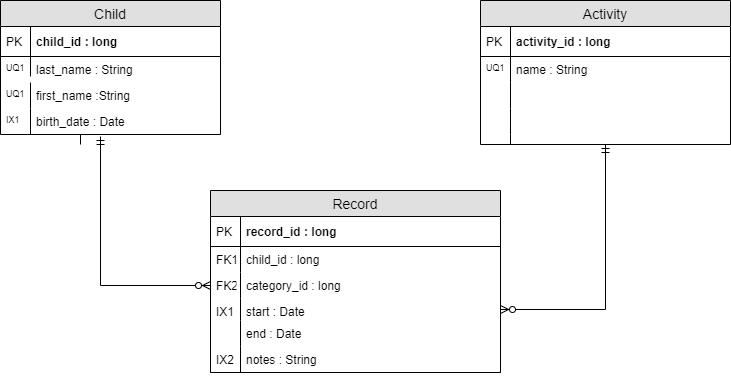
The draw.io diagram docs/nursery_notes_erd.png in mgraham21/nursery-notes, before a commit. Source tidied: cells renumbered, new cells last; positions are measured from the earlier drawing's top-left corner, leaving out a move shared by most shapes.
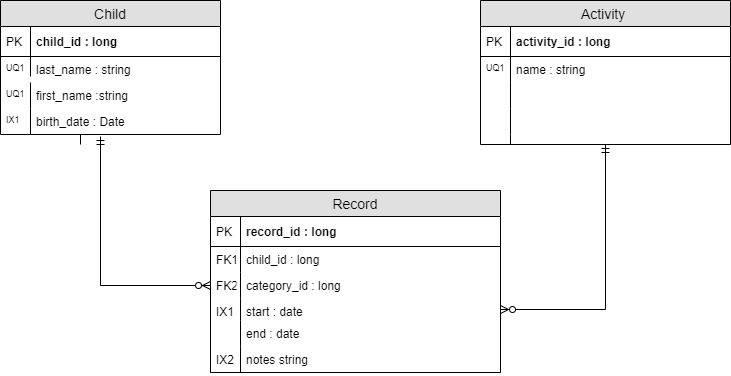
After the commit.

Diff of the diagram source:
```diff
@@ -11,13 +11,13 @@
     <mxCell id="4" value="PK" style="shape=partialRectangle;top=0;left=0;bottom=0;fillColor=none;align=left;verticalAlign=middle;spacingLeft=4;spacingRight=4;overflow=hidden;fontSize=12;" parent="3" vertex="1">
       <mxGeometry width="30" height="30" as="geometry" />
     </mxCell>
-    <mxCell id="5" value="last_name : String" style="shape=partialRectangle;top=0;left=0;right=0;bottom=0;align=left;verticalAlign=top;fillColor=none;spacingLeft=34;spacingRight=4;overflow=hidden;fontSize=12;" parent="2" vertex="1">
+    <mxCell id="5" value="last_name : string" style="shape=partialRectangle;top=0;left=0;right=0;bottom=0;align=left;verticalAlign=top;fillColor=none;spacingLeft=34;spacingRight=4;overflow=hidden;fontSize=12;" parent="2" vertex="1">
       <mxGeometry y="56" width="220" height="26" as="geometry" />
     </mxCell>
     <mxCell id="6" value="UQ1" style="shape=partialRectangle;top=0;left=0;bottom=0;fillColor=none;align=left;verticalAlign=top;spacingLeft=4;spacingRight=4;overflow=hidden;fontSize=9;" parent="5" vertex="1">
       <mxGeometry width="30" height="20" as="geometry" />
     </mxCell>
-    <mxCell id="7" value="first_name :String" style="shape=partialRectangle;top=0;left=0;right=0;bottom=0;align=left;verticalAlign=top;fillColor=none;spacingLeft=34;spacingRight=4;overflow=hidden;fontSize=12;" parent="2" vertex="1">
+    <mxCell id="7" value="first_name :string" style="shape=partialRectangle;top=0;left=0;right=0;bottom=0;align=left;verticalAlign=top;fillColor=none;spacingLeft=34;spacingRight=4;overflow=hidden;fontSize=12;" parent="2" vertex="1">
       <mxGeometry y="82" width="220" height="26" as="geometry" />
     </mxCell>
     <mxCell id="8" value="UQ1" style="shape=partialRectangle;top=0;left=0;bottom=0;fillColor=none;align=left;verticalAlign=top;spacingLeft=4;spacingRight=4;overflow=hidden;fontSize=9;" parent="7" vertex="1">
@@ -32,7 +32,7 @@
     <mxCell id="11" style="edgeStyle=orthogonalEdgeStyle;rounded=0;jettySize=auto;html=1;entryX=1;entryY=0.5;entryDx=0;entryDy=0;startArrow=ERmandOne;startFill=0;endArrow=ERzeroToMany;endFill=1;fontSize=9;" parent="1" edge="1" source="12" target="30">
       <mxGeometry relative="1" as="geometry" />
     </mxCell>
-    <mxCell id="12" value="Activity" style="swimlane;fontStyle=0;horizontal=1;startSize=26;fillColor=#e0e0e0;swimlaneFillColor=#ffffff;align=center;fontSize=14;" parent="1" vertex="1">
+    <mxCell id="12" value="Activity " style="swimlane;fontStyle=0;horizontal=1;startSize=26;fillColor=#e0e0e0;swimlaneFillColor=#ffffff;align=center;fontSize=14;" parent="1" vertex="1">
       <mxGeometry x="480" width="250" height="144" as="geometry" />
     </mxCell>
     <mxCell id="13" value="activity_id : long" style="shape=partialRectangle;top=0;left=0;right=0;bottom=1;align=left;verticalAlign=middle;fillColor=none;spacingLeft=34;spacingRight=4;overflow=hidden;fontStyle=1;fontSize=12;" parent="12" vertex="1">
@@ -41,7 +41,7 @@
     <mxCell id="14" value="PK" style="shape=partialRectangle;top=0;left=0;bottom=0;fillColor=none;align=left;verticalAlign=middle;spacingLeft=4;spacingRight=4;overflow=hidden;fontSize=12;" parent="13" vertex="1">
       <mxGeometry width="30" height="30" as="geometry" />
     </mxCell>
-    <mxCell id="15" value="name : String" style="shape=partialRectangle;top=0;left=0;right=0;bottom=0;align=left;verticalAlign=top;fillColor=none;spacingLeft=34;spacingRight=4;overflow=hidden;fontSize=12;" parent="12" vertex="1">
+    <mxCell id="15" value="name : string" style="shape=partialRectangle;top=0;left=0;right=0;bottom=0;align=left;verticalAlign=top;fillColor=none;spacingLeft=34;spacingRight=4;overflow=hidden;fontSize=12;" parent="12" vertex="1">
       <mxGeometry y="56" width="250" height="26" as="geometry" />
     </mxCell>
     <mxCell id="16" value="UQ1" style="shape=partialRectangle;top=0;left=0;bottom=0;fillColor=none;align=left;verticalAlign=top;spacingLeft=4;spacingRight=4;overflow=hidden;fontSize=9;" parent="15" vertex="1">
@@ -86,19 +86,19 @@
     <mxCell id="29" value="FK2" style="shape=partialRectangle;top=0;left=0;bottom=0;fillColor=none;align=left;verticalAlign=top;spacingLeft=4;spacingRight=4;overflow=hidden;fontSize=12;" parent="28" vertex="1">
       <mxGeometry width="30" height="26" as="geometry" />
     </mxCell>
-    <mxCell id="30" value="start : Date" style="shape=partialRectangle;top=0;left=0;right=0;bottom=0;align=left;verticalAlign=top;fillColor=none;spacingLeft=34;spacingRight=4;overflow=hidden;points=[[0,0.5],[1,0.5]];portConstraint=eastwest;fontSize=12;" parent="23" vertex="1">
+    <mxCell id="30" value="start : date" style="shape=partialRectangle;top=0;left=0;right=0;bottom=0;align=left;verticalAlign=top;fillColor=none;spacingLeft=34;spacingRight=4;overflow=hidden;points=[[0,0.5],[1,0.5]];portConstraint=eastwest;fontSize=12;" parent="23" vertex="1">
       <mxGeometry y="108" width="290" height="22" as="geometry" />
     </mxCell>
     <mxCell id="31" value="IX1" style="shape=partialRectangle;top=0;left=0;bottom=0;fillColor=none;align=left;verticalAlign=top;spacingLeft=4;spacingRight=4;overflow=hidden;fontSize=12;" parent="30" vertex="1">
       <mxGeometry width="30" height="22" as="geometry" />
     </mxCell>
-    <mxCell id="32" value="end : Date" style="shape=partialRectangle;top=0;left=0;right=0;bottom=0;align=left;verticalAlign=top;fillColor=none;spacingLeft=34;spacingRight=4;overflow=hidden;fontSize=12;" parent="23" vertex="1">
+    <mxCell id="32" value="end : date" style="shape=partialRectangle;top=0;left=0;right=0;bottom=0;align=left;verticalAlign=top;fillColor=none;spacingLeft=34;spacingRight=4;overflow=hidden;fontSize=12;" parent="23" vertex="1">
       <mxGeometry y="130" width="290" height="26" as="geometry" />
     </mxCell>
     <mxCell id="33" style="shape=partialRectangle;top=0;left=0;bottom=0;fillColor=none;align=left;verticalAlign=top;spacingLeft=4;spacingRight=4;overflow=hidden;fontSize=12;" parent="32" vertex="1">
       <mxGeometry width="30" height="26" as="geometry" />
     </mxCell>
-    <mxCell id="34" value="notes : String" style="shape=partialRectangle;top=0;left=0;right=0;bottom=1;align=left;verticalAlign=top;fillColor=none;spacingLeft=34;spacingRight=4;overflow=hidden;fontSize=12;" parent="23" vertex="1">
+    <mxCell id="34" value="notes string" style="shape=partialRectangle;top=0;left=0;right=0;bottom=1;align=left;verticalAlign=top;fillColor=none;spacingLeft=34;spacingRight=4;overflow=hidden;fontSize=12;" parent="23" vertex="1">
       <mxGeometry y="156" width="290" height="26" as="geometry" />
     </mxCell>
     <mxCell id="35" value="IX2" style="shape=partialRectangle;top=0;left=0;bottom=0;fillColor=none;align=left;verticalAlign=top;spacingLeft=4;spacingRight=4;overflow=hidden;fontSize=12;" parent="34" vertex="1">
```
